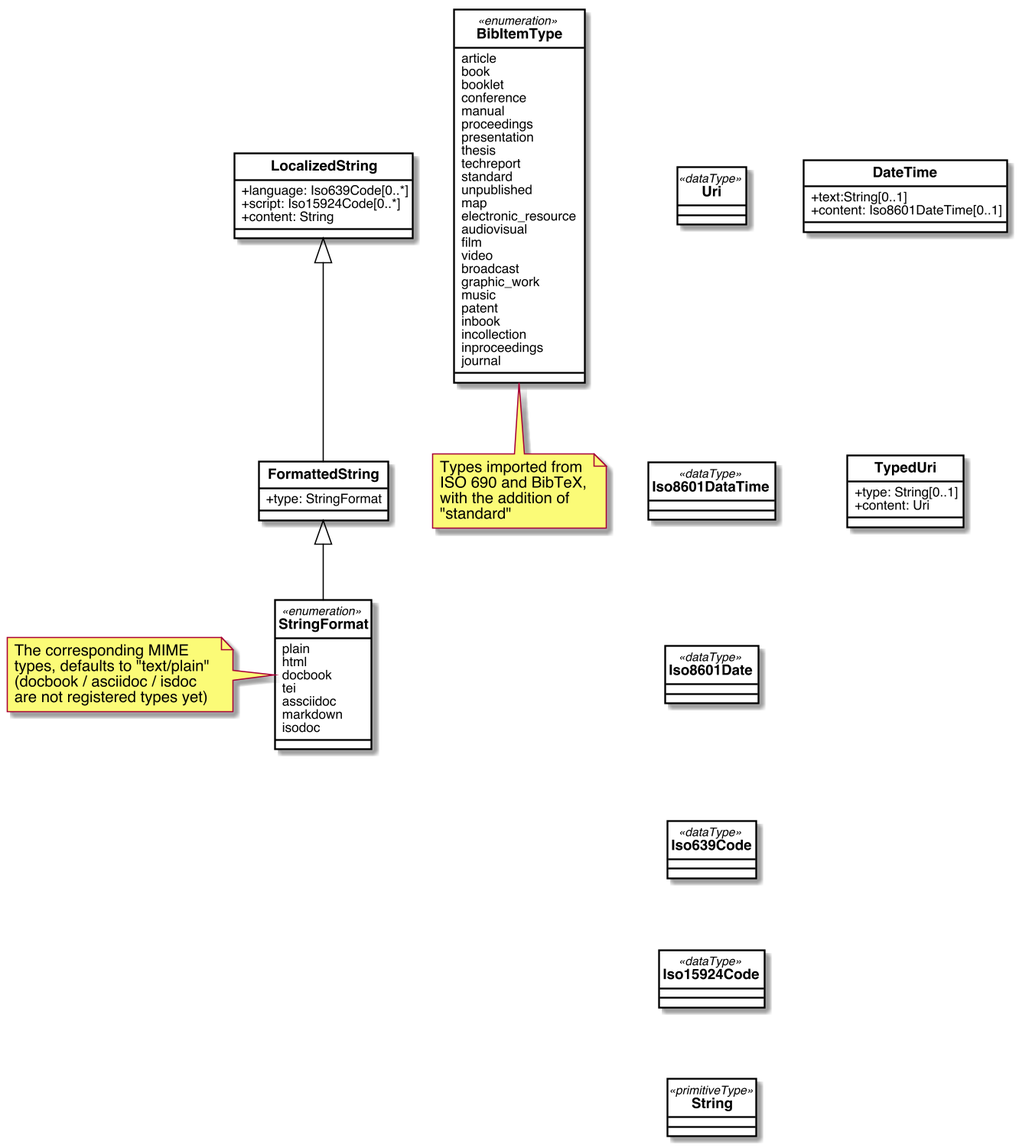
Above: images/RelBib_DataTypes.png in relaton/relaton-models (PlantUML), before the change. Source of this version:
```plantuml
@startuml RelBib_DataTypes


skinparam Dpi 150
skinparam Monochrome false
skinparam LineType ortho
hide circle
skinparam Default {
  TextAlignment center
  FontName Helvetica
}
skinparam Class {
  AttributeIconSize 0
  BackgroundColor White
  ArrowColor Black
  BorderColor Black
  FontStyle bold
  StereotypeFontSize 10
}
skinparam Rectangle {
  BackgroundColor White
  ArrowColor Black
  BorderColor Black
  FontStyle bold
  FontSize 11
  StereotypeFontSize 10
}
skinparam Object {
  BackgroundColor White
  ArrowColor Black
  BorderColor Black
  FontStyle bold
  FontSize 11
  StereotypeFontSize 10
}

skinparam Entity {
  StereotypeFontSize 10
}





together {

    class Uri <<dataType>> {
    }

    class Iso8601DataTime <<dataType>> {

    }

    class Iso8601Date <<dataType>> {

    }

    class Iso639Code <<dataType>> {

    }

    class Iso15924Code <<dataType>> {

    }

    class String <<primitiveType>> {

    }

}

together {

    class DateTime{
        +text:String[0..1]
        +content: Iso8601DateTime[0..1]
    }

    class TypedUri{
        +type: String[0..1]
        +content: Uri
    }


}

class LocalizedString{
    +language: Iso639Code[0..*]
    +script: Iso15924Code[0..*]
    +content: String
}


class FormattedString{
    +type: StringFormat
}

enum StringFormat <<enumeration>>{
    plain
    html
    docbook
    tei
    assciidoc
    markdown
    isodoc
}

enum BibItemType <<enumeration>>{
    article
    book
    booklet
    conference
    manual
    proceedings
    presentation
    thesis
    techreport
    standard
    unpublished
    map
    electronic_resource
    audiovisual
    film
    video
    broadcast
    graphic_work
    music
    patent
    inbook
    incollection
    inproceedings
    journal
}

note bottom of BibItemType: Types imported from\nISO 690 and BibTeX,\nwith the addition of\n"standard"
note left of StringFormat: The corresponding MIME\ntypes, defaults to "text/plain"\n(docbook / asciidoc / isdoc\nare not registered types yet)

Uri -[hidden]- Iso8601DataTime
Iso8601DataTime -[hidden]- Iso8601Date
Iso8601Date -[hidden]- Iso639Code
Iso639Code -[hidden]- Iso15924Code
Iso15924Code -[hidden]- String
DateTime -[hidden]- TypedUri

LocalizedString <|-- FormattedString
FormattedString <|-- StringFormat

@enduml
```
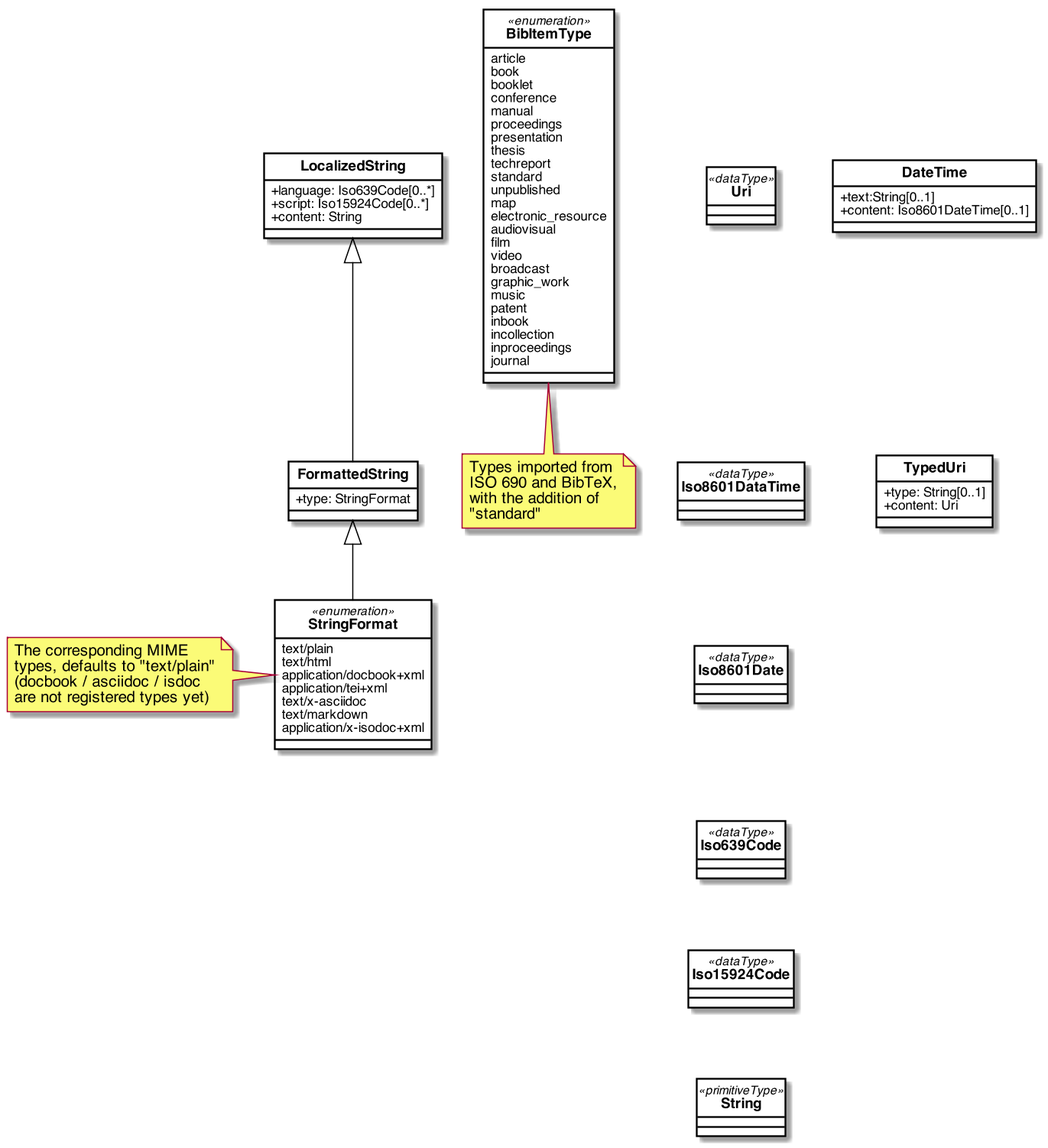
The same diagram one commit later.

The edit, as a diff of the source:
```diff
@@ -96,13 +96,13 @@
 }
 
 enum StringFormat <<enumeration>>{
-    plain
-    html
-    docbook
-    tei
-    assciidoc
-    markdown
-    isodoc
+    text/plain
+    text/html
+    application/docbook+xml
+    application/tei+xml
+    text/x-asciidoc
+    text/markdown
+    application/x-isodoc+xml
 }
 
 enum BibItemType <<enumeration>>{
```
